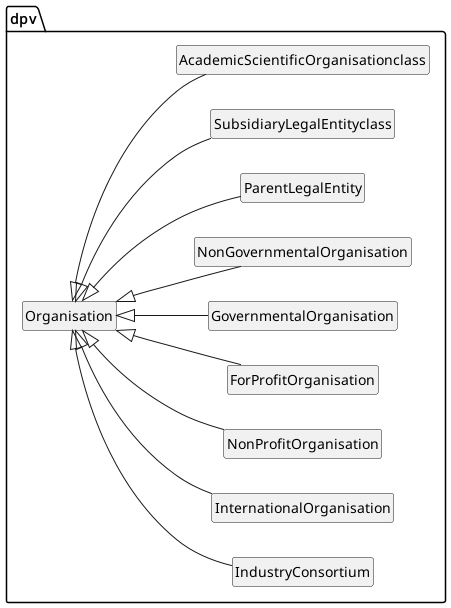
Earlier version of the PlantUML export media/Entities_organisations.png (jeswr/dpv). Its diagram source:
```plantuml
@startuml
!include style.plantuml
left to right direction

package dpv {
	class Organisation
	class IndustryConsortium
	class InternationalOrganisation
	class NonProfitOrganisation
	class ForProfitOrganisation
	class GovernmentalOrganisation
	class NonGovernmentalOrganisation
	class ParentLegalEntity
	class SubsidiaryLegalEntityclass
	class AcademicScientificOrganisationclass
}

Organisation <|-- IndustryConsortium
Organisation <|-- InternationalOrganisation
Organisation <|-- NonProfitOrganisation
Organisation <|-- ForProfitOrganisation
Organisation <|-- GovernmentalOrganisation
Organisation <|-- NonGovernmentalOrganisation
Organisation <|-- ParentLegalEntity
Organisation <|-- SubsidiaryLegalEntityclass
Organisation <|-- AcademicScientificOrganisationclass

@enduml
```
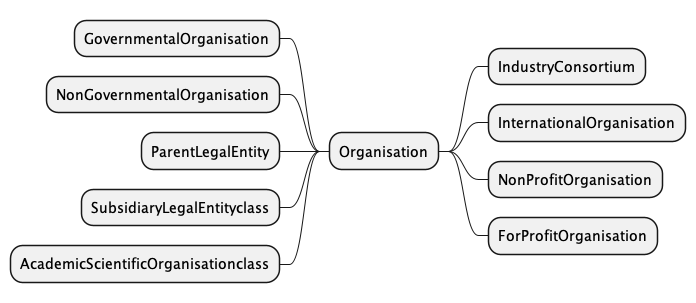
The same diagram one commit later.

What changed in the source:
```diff
@@ -1,28 +1,15 @@
-@startuml
+@startmindmap
 !include style.plantuml
-left to right direction
 
-package dpv {
-	class Organisation
-	class IndustryConsortium
-	class InternationalOrganisation
-	class NonProfitOrganisation
-	class ForProfitOrganisation
-	class GovernmentalOrganisation
-	class NonGovernmentalOrganisation
-	class ParentLegalEntity
-	class SubsidiaryLegalEntityclass
-	class AcademicScientificOrganisationclass
-}
++ Organisation
+++ IndustryConsortium
+++ InternationalOrganisation
+++ NonProfitOrganisation
+++ ForProfitOrganisation
+-- GovernmentalOrganisation
+-- NonGovernmentalOrganisation
+-- ParentLegalEntity
+-- SubsidiaryLegalEntityclass
+-- AcademicScientificOrganisationclass
 
-Organisation <|-- IndustryConsortium
-Organisation <|-- InternationalOrganisation
-Organisation <|-- NonProfitOrganisation
-Organisation <|-- ForProfitOrganisation
-Organisation <|-- GovernmentalOrganisation
-Organisation <|-- NonGovernmentalOrganisation
-Organisation <|-- ParentLegalEntity
-Organisation <|-- SubsidiaryLegalEntityclass
-Organisation <|-- AcademicScientificOrganisationclass
-
-@enduml
+@endmindmap
```
